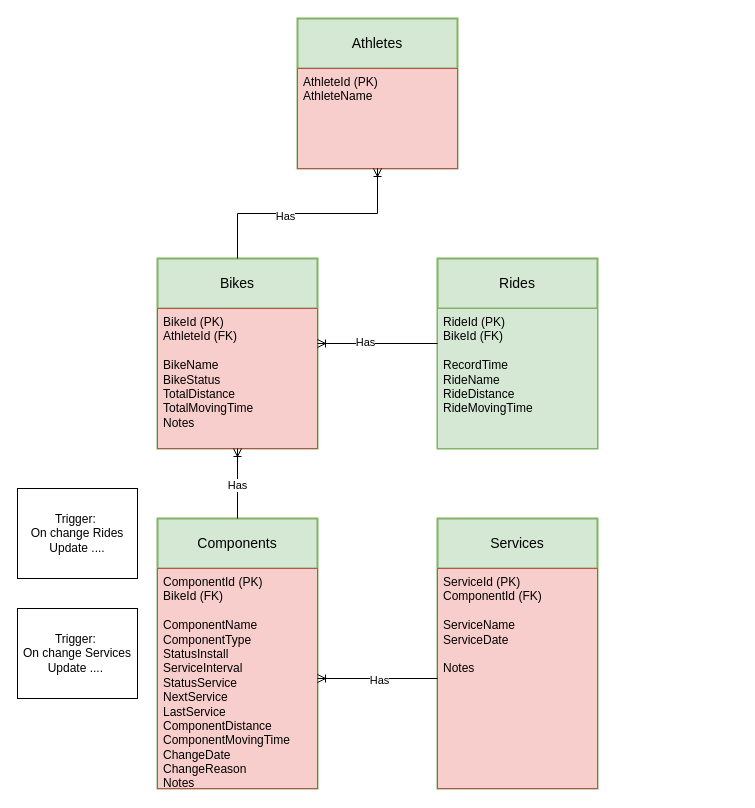
The draw.io diagram docs/erd_complete.drawio in xivind/velo-supervisor-2000, before the edit. Source tidied: cells renumbered, new cells numbered last; positions are measured from the earlier drawing's top-left corner, leaving out a move shared by most shapes. Both pictures are drawn from the tidied source at 100%, with x=0, y=0 at pixel (17, 18).
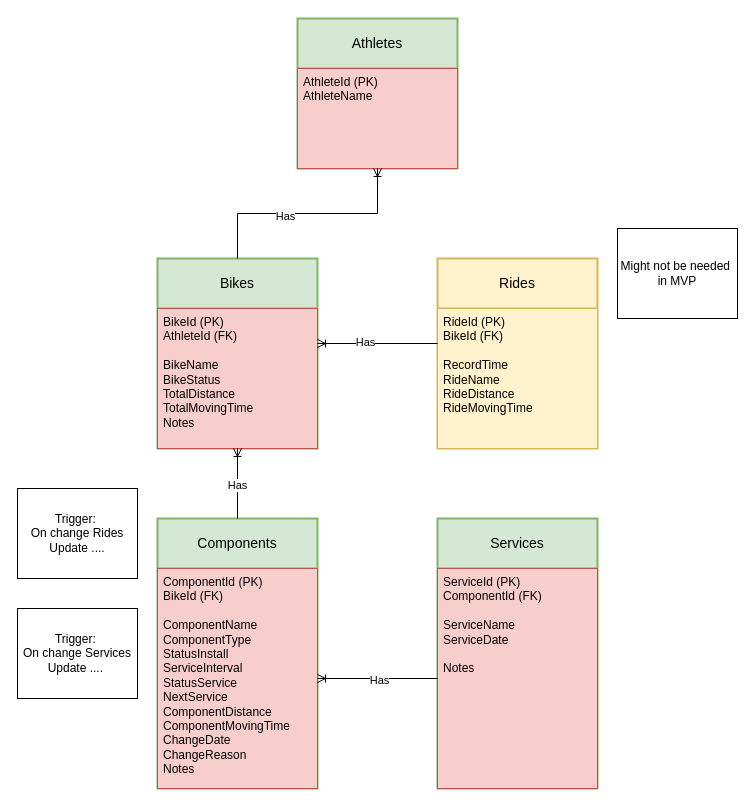
The same page after the edit.

Commit message:
Changes after discussion with Thomas

Unchanged cells that the change refers to:
```xml
<mxCell id="8" value="Components" style="swimlane;horizontal=1;startSize=50;rounded=1;fontSize=14;fontStyle=0;strokeWidth=2;shadow=0;dashed=0;align=center;arcSize=0;whiteSpace=wrap;html=1;fillColor=#d5e8d4;strokeColor=#82b366;" parent="1" vertex="1">
  <mxGeometry x="140" y="500" width="160" height="270" as="geometry" />
</mxCell>
```

Change to the diagram source:
```diff
@@
-    <mxCell id="4" value="Rides" style="swimlane;horizontal=1;startSize=50;rounded=1;fontSize=14;fontStyle=0;strokeWidth=2;shadow=0;dashed=0;align=center;arcSize=0;whiteSpace=wrap;html=1;fillColor=#d5e8d4;strokeColor=#82b366;" parent="1" vertex="1">
+    <mxCell id="4" value="Rides" style="swimlane;horizontal=1;startSize=50;rounded=1;fontSize=14;fontStyle=0;strokeWidth=2;shadow=0;dashed=0;align=center;arcSize=0;whiteSpace=wrap;html=1;fillColor=#fff2cc;strokeColor=#d6b656;" parent="1" vertex="1">
       <mxGeometry x="420" y="240" width="160" height="190" as="geometry" />
     </mxCell>
-    <mxCell id="5" value="RideId (PK)&lt;div&gt;BikeId (FK)&lt;br&gt;&lt;/div&gt;&lt;div&gt;&lt;br&gt;&lt;/div&gt;&lt;div&gt;&lt;span style=&quot;background-color: initial;&quot;&gt;RecordTime&lt;/span&gt;&lt;br&gt;&lt;/div&gt;&lt;div&gt;RideName&lt;/div&gt;&lt;div&gt;&lt;span style=&quot;background-color: initial;&quot;&gt;RideDistance&lt;/span&gt;&lt;br&gt;&lt;/div&gt;&lt;div&gt;RideMovingTime&lt;br&gt;&lt;br&gt;&lt;/div&gt;" style="align=left;strokeColor=#82b366;fillColor=#d5e8d4;spacingLeft=4;fontSize=12;verticalAlign=top;html=1;" parent="4" vertex="1">
+    <mxCell id="5" value="RideId (PK)&lt;div&gt;BikeId (FK)&lt;br&gt;&lt;/div&gt;&lt;div&gt;&lt;br&gt;&lt;/div&gt;&lt;div&gt;&lt;span style=&quot;background-color: initial;&quot;&gt;RecordTime&lt;/span&gt;&lt;br&gt;&lt;/div&gt;&lt;div&gt;RideName&lt;/div&gt;&lt;div&gt;&lt;span style=&quot;background-color: initial;&quot;&gt;RideDistance&lt;/span&gt;&lt;br&gt;&lt;/div&gt;&lt;div&gt;RideMovingTime&lt;br&gt;&lt;br&gt;&lt;/div&gt;" style="align=left;strokeColor=#d6b656;fillColor=#fff2cc;spacingLeft=4;fontSize=12;verticalAlign=top;html=1;" parent="4" vertex="1">
       <mxGeometry y="50" width="160" height="140" as="geometry" />
     </mxCell>
@@
-    <mxCell id="9" value="&lt;div&gt;ComponentId (PK)&lt;/div&gt;&lt;div&gt;BikeId (FK)&lt;/div&gt;&lt;div&gt;&lt;br&gt;&lt;/div&gt;ComponentName&lt;div&gt;ComponentType&lt;/div&gt;&lt;div&gt;StatusInstall&lt;/div&gt;&lt;div&gt;ServiceInterval&lt;/div&gt;&lt;div&gt;StatusService&lt;/div&gt;&lt;div&gt;NextService&lt;/div&gt;&lt;div&gt;LastService&lt;/div&gt;&lt;div&gt;&lt;span style=&quot;background-color: initial;&quot;&gt;ComponentDistance&lt;/span&gt;&lt;/div&gt;&lt;div&gt;&lt;span style=&quot;background-color: initial;&quot;&gt;ComponentMovingTime&lt;/span&gt;&lt;/div&gt;&lt;div&gt;Change&lt;span style=&quot;background-color: initial;&quot;&gt;Date&lt;/span&gt;&lt;/div&gt;&lt;div&gt;ChangeReason&lt;/div&gt;&lt;div&gt;Notes&lt;/div&gt;" style="align=left;strokeColor=#b85450;fillColor=#f8cecc;spacingLeft=4;fontSize=12;verticalAlign=top;html=1;" parent="8" vertex="1">
+    <mxCell id="9" value="&lt;div&gt;ComponentId (PK)&lt;/div&gt;&lt;div&gt;BikeId (FK)&lt;/div&gt;&lt;div&gt;&lt;br&gt;&lt;/div&gt;ComponentName&lt;div&gt;ComponentType&lt;/div&gt;&lt;div&gt;StatusInstall&lt;/div&gt;&lt;div&gt;ServiceInterval&lt;/div&gt;&lt;div&gt;StatusService&lt;/div&gt;&lt;div&gt;NextService&lt;/div&gt;&lt;div&gt;&lt;span style=&quot;background-color: initial;&quot;&gt;ComponentDistance&lt;/span&gt;&lt;br&gt;&lt;/div&gt;&lt;div&gt;&lt;span style=&quot;background-color: initial;&quot;&gt;ComponentMovingTime&lt;/span&gt;&lt;/div&gt;&lt;div&gt;Change&lt;span style=&quot;background-color: initial;&quot;&gt;Date&lt;/span&gt;&lt;/div&gt;&lt;div&gt;ChangeReason&lt;/div&gt;&lt;div&gt;Notes&lt;/div&gt;" style="align=left;strokeColor=#b85450;fillColor=#f8cecc;spacingLeft=4;fontSize=12;verticalAlign=top;html=1;" parent="8" vertex="1">
       <mxGeometry y="50" width="160" height="220" as="geometry" />
     </mxCell>
@@
+    <mxCell id="22" value="Might not be needed&amp;nbsp; in MVP" style="whiteSpace=wrap;html=1;" parent="1" vertex="1">
+      <mxGeometry x="600" y="210" width="120" height="90" as="geometry" />
+    </mxCell>
```
